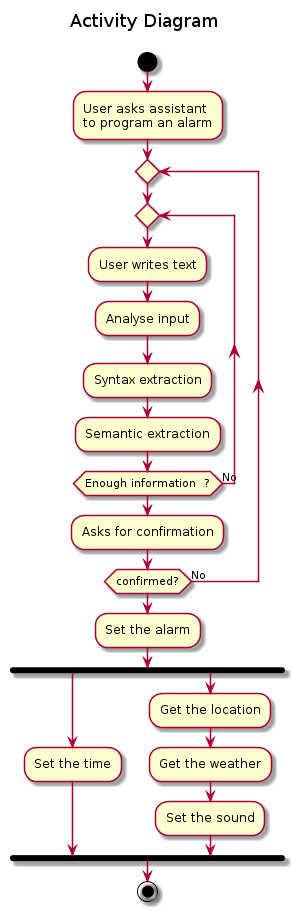
The PlantUML diagram conception/build/activityDiagram.png in alexandre-lelain/ihme-agent-assistant, before a commit. Source of this version:
```plantuml
@startuml

title Activity Diagram \n

start

:User asks assistant\nto program an alarm;

repeat
    repeat
      :User writes text;
      :Analyse input;
      :Syntax extraction;
      :Semantic extraction;
    repeat while (Enough information  ?) is (No)
    :Asks for confirmation;
repeat while (confirmed?) is (No)

:Set the alarm;

fork
    :Set the time;
fork again
    :Get the location;
    :Get the weather;
    :Set the sound;
end fork
stop

@enduml
```
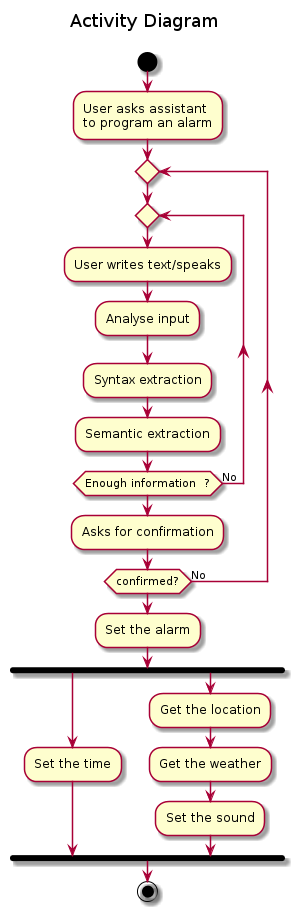
After the commit.

The edit, as a diff of the source:
```diff
@@ -8,7 +8,7 @@
 
 repeat
     repeat
-      :User writes text;
+      :User writes text/speaks;
       :Analyse input;
       :Syntax extraction;
       :Semantic extraction;
```
